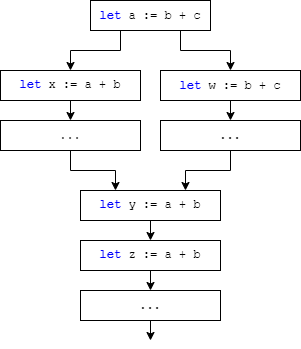
Earlier version of the draw.io export figures/annot_redund.drawio.png (Piloero/daimpl_paper). Source tidied: cells renumbered, new cells last; positions are measured from the earlier drawing's top-left corner, leaving out a move shared by most shapes. Source of this version:
```xml
<mxGraphModel>
  <root>
    <mxCell id="0" />
    <mxCell id="1" parent="0" />
    <mxCell id="2" style="edgeStyle=orthogonalEdgeStyle;rounded=0;jettySize=auto;html=1;exitX=0.5;exitY=1;exitDx=0;exitDy=0;entryX=0.25;entryY=0;entryDx=0;entryDy=0;" parent="1" edge="1" source="3" target="7">
      <mxGeometry relative="1" as="geometry" />
    </mxCell>
    <mxCell id="3" value="&lt;font face=&quot;Courier New&quot;&gt;&lt;b style=&quot;&quot;&gt;...&lt;/b&gt;&lt;/font&gt;" style="rounded=0;whiteSpace=wrap;html=1;" parent="1" vertex="1">
      <mxGeometry y="120" width="140" height="30" as="geometry" />
    </mxCell>
    <mxCell id="4" style="edgeStyle=orthogonalEdgeStyle;rounded=0;jettySize=auto;html=1;exitX=0.5;exitY=1;exitDx=0;exitDy=0;entryX=0.75;entryY=0;entryDx=0;entryDy=0;" parent="1" edge="1" source="5" target="7">
      <mxGeometry relative="1" as="geometry" />
    </mxCell>
    <mxCell id="5" value="&lt;font face=&quot;Courier New&quot;&gt;...&lt;/font&gt;" style="rounded=0;whiteSpace=wrap;html=1;align=center;" parent="1" vertex="1">
      <mxGeometry x="160" y="120" width="140" height="30" as="geometry" />
    </mxCell>
    <mxCell id="6" style="edgeStyle=orthogonalEdgeStyle;rounded=0;jettySize=auto;html=1;exitX=0.5;exitY=1;exitDx=0;exitDy=0;entryX=0.5;entryY=0;entryDx=0;entryDy=0;" parent="1" edge="1" source="7" target="15">
      <mxGeometry relative="1" as="geometry" />
    </mxCell>
    <mxCell id="7" value="&lt;b&gt;&lt;font color=&quot;#0000ff&quot;&gt;let&lt;/font&gt;&lt;/b&gt;&lt;font&gt;&amp;nbsp;y := a + b&lt;/font&gt;" style="rounded=0;whiteSpace=wrap;html=1;fontFamily=Courier New;" parent="1" vertex="1">
      <mxGeometry x="80" y="190" width="140" height="30" as="geometry" />
    </mxCell>
    <mxCell id="8" style="edgeStyle=none;html=1;exitX=0.5;exitY=1;exitDx=0;exitDy=0;" parent="1" edge="1" source="9">
      <mxGeometry relative="1" as="geometry">
        <mxPoint x="150" y="340" as="targetPoint" />
      </mxGeometry>
    </mxCell>
    <mxCell id="9" value="&lt;font face=&quot;Courier New&quot;&gt;...&lt;/font&gt;" style="rounded=0;whiteSpace=wrap;html=1;" parent="1" vertex="1">
      <mxGeometry x="80" y="290" width="140" height="30" as="geometry" />
    </mxCell>
    <mxCell id="10" style="edgeStyle=orthogonalEdgeStyle;rounded=0;jettySize=auto;html=1;exitX=0.5;exitY=1;exitDx=0;exitDy=0;entryX=0.5;entryY=0;entryDx=0;entryDy=0;" parent="1" edge="1" source="11" target="3">
      <mxGeometry relative="1" as="geometry" />
    </mxCell>
    <mxCell id="11" value="&lt;font&gt;&lt;b style=&quot;color: rgb(0, 0, 255);&quot;&gt;let &lt;/b&gt;x := a + b&lt;/font&gt;" style="rounded=0;whiteSpace=wrap;html=1;fontFamily=Courier New;" parent="1" vertex="1">
      <mxGeometry y="70" width="140" height="30" as="geometry" />
    </mxCell>
    <mxCell id="12" style="edgeStyle=orthogonalEdgeStyle;rounded=0;jettySize=auto;html=1;exitX=0.5;exitY=1;exitDx=0;exitDy=0;entryX=0.5;entryY=0;entryDx=0;entryDy=0;" parent="1" edge="1" source="13" target="5">
      <mxGeometry relative="1" as="geometry" />
    </mxCell>
    <mxCell id="13" value="&lt;font face=&quot;Courier New&quot;&gt;&lt;b&gt;&lt;font color=&quot;#0000ff&quot;&gt;let&lt;/font&gt;&lt;/b&gt;&amp;nbsp;w := b + c&lt;/font&gt;" style="rounded=0;whiteSpace=wrap;html=1;" parent="1" vertex="1">
      <mxGeometry x="160" y="70" width="140" height="30" as="geometry" />
    </mxCell>
    <mxCell id="14" style="edgeStyle=orthogonalEdgeStyle;rounded=0;jettySize=auto;html=1;exitX=0.5;exitY=1;exitDx=0;exitDy=0;entryX=0.5;entryY=0;entryDx=0;entryDy=0;" parent="1" edge="1" source="15" target="9">
      <mxGeometry relative="1" as="geometry" />
    </mxCell>
    <mxCell id="15" value="&lt;b&gt;&lt;font color=&quot;#0000ff&quot;&gt;let&lt;/font&gt;&lt;/b&gt;&lt;font&gt;&amp;nbsp;z := a + b&lt;br&gt;&lt;/font&gt;" style="rounded=0;whiteSpace=wrap;html=1;fontFamily=Courier New;" parent="1" vertex="1">
      <mxGeometry x="80" y="240" width="140" height="30" as="geometry" />
    </mxCell>
    <mxCell id="16" style="edgeStyle=orthogonalEdgeStyle;html=1;exitX=0.25;exitY=1;exitDx=0;exitDy=0;entryX=0.5;entryY=0;entryDx=0;entryDy=0;fontFamily=Courier New;fontColor=#000000;rounded=0;" parent="1" edge="1" source="18" target="11">
      <mxGeometry relative="1" as="geometry" />
    </mxCell>
    <mxCell id="17" style="edgeStyle=orthogonalEdgeStyle;rounded=0;html=1;exitX=0.75;exitY=1;exitDx=0;exitDy=0;entryX=0.5;entryY=0;entryDx=0;entryDy=0;fontFamily=Courier New;fontColor=#000000;" parent="1" edge="1" source="18" target="13">
      <mxGeometry relative="1" as="geometry" />
    </mxCell>
    <mxCell id="18" value="&lt;font face=&quot;Courier New&quot;&gt;&lt;b&gt;&lt;font color=&quot;#0000ff&quot;&gt;let&lt;/font&gt;&lt;/b&gt; a := b + c&lt;/font&gt;" style="rounded=0;whiteSpace=wrap;html=1;" parent="1" vertex="1">
      <mxGeometry x="90" width="120" height="30" as="geometry" />
    </mxCell>
  </root>
</mxGraphModel>
```
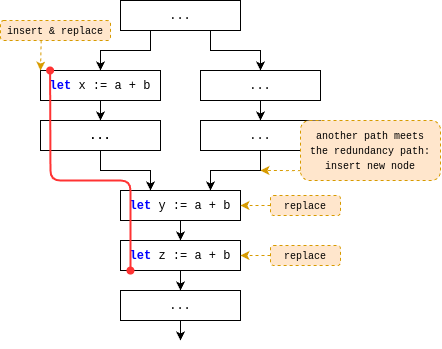
Later version of the same file.

The edit, as a diff of the source:
```diff
@@ -6,54 +6,100 @@
       <mxGeometry relative="1" as="geometry" />
     </mxCell>
     <mxCell id="3" value="&lt;font face=&quot;Courier New&quot;&gt;&lt;b style=&quot;&quot;&gt;...&lt;/b&gt;&lt;/font&gt;" style="rounded=0;whiteSpace=wrap;html=1;" parent="1" vertex="1">
-      <mxGeometry y="120" width="140" height="30" as="geometry" />
+      <mxGeometry y="120" width="120" height="30" as="geometry" />
     </mxCell>
     <mxCell id="4" style="edgeStyle=orthogonalEdgeStyle;rounded=0;jettySize=auto;html=1;exitX=0.5;exitY=1;exitDx=0;exitDy=0;entryX=0.75;entryY=0;entryDx=0;entryDy=0;" parent="1" edge="1" source="5" target="7">
       <mxGeometry relative="1" as="geometry" />
     </mxCell>
     <mxCell id="5" value="&lt;font face=&quot;Courier New&quot;&gt;...&lt;/font&gt;" style="rounded=0;whiteSpace=wrap;html=1;align=center;" parent="1" vertex="1">
-      <mxGeometry x="160" y="120" width="140" height="30" as="geometry" />
+      <mxGeometry x="160" y="120" width="120" height="30" as="geometry" />
     </mxCell>
     <mxCell id="6" style="edgeStyle=orthogonalEdgeStyle;rounded=0;jettySize=auto;html=1;exitX=0.5;exitY=1;exitDx=0;exitDy=0;entryX=0.5;entryY=0;entryDx=0;entryDy=0;" parent="1" edge="1" source="7" target="15">
       <mxGeometry relative="1" as="geometry" />
     </mxCell>
-    <mxCell id="7" value="&lt;b&gt;&lt;font color=&quot;#0000ff&quot;&gt;let&lt;/font&gt;&lt;/b&gt;&lt;font&gt;&amp;nbsp;y := a + b&lt;/font&gt;" style="rounded=0;whiteSpace=wrap;html=1;fontFamily=Courier New;" parent="1" vertex="1">
-      <mxGeometry x="80" y="190" width="140" height="30" as="geometry" />
+    <mxCell id="7" value="&lt;b&gt;&lt;font color=&quot;#0000ff&quot; face=&quot;Courier New&quot;&gt;let&lt;/font&gt;&lt;/b&gt;&lt;font face=&quot;Courier New&quot;&gt;&amp;nbsp;y := a + b&lt;/font&gt;" style="rounded=0;whiteSpace=wrap;html=1;" parent="1" vertex="1">
+      <mxGeometry x="80" y="190" width="120" height="30" as="geometry" />
     </mxCell>
+    <mxCell id="19" style="edgeStyle=none;rounded=1;html=1;strokeColor=#d79b00;strokeWidth=1;fontFamily=Courier New;fontSize=10;fontColor=#000000;startArrow=none;startFill=0;endArrow=classic;endFill=1;dashed=1;fillColor=#ffe6cc;" parent="1" edge="1" source="20" target="7">
+      <mxGeometry relative="1" as="geometry" />
+    </mxCell>
+    <mxCell id="20" value="&lt;font style=&quot;font-size: 10px;&quot; face=&quot;Courier New&quot;&gt;replace&lt;/font&gt;" style="rounded=1;whiteSpace=wrap;html=1;fillColor=#ffe6cc;strokeColor=#d79b00;fillStyle=auto;dashed=1;" parent="1" vertex="1">
+      <mxGeometry x="230" y="195" width="70" height="20" as="geometry" />
+    </mxCell>
     <mxCell id="8" style="edgeStyle=none;html=1;exitX=0.5;exitY=1;exitDx=0;exitDy=0;" parent="1" edge="1" source="9">
       <mxGeometry relative="1" as="geometry">
-        <mxPoint x="150" y="340" as="targetPoint" />
+        <mxPoint x="140" y="340" as="targetPoint" />
       </mxGeometry>
     </mxCell>
     <mxCell id="9" value="&lt;font face=&quot;Courier New&quot;&gt;...&lt;/font&gt;" style="rounded=0;whiteSpace=wrap;html=1;" parent="1" vertex="1">
-      <mxGeometry x="80" y="290" width="140" height="30" as="geometry" />
+      <mxGeometry x="80" y="290" width="120" height="30" as="geometry" />
     </mxCell>
     <mxCell id="10" style="edgeStyle=orthogonalEdgeStyle;rounded=0;jettySize=auto;html=1;exitX=0.5;exitY=1;exitDx=0;exitDy=0;entryX=0.5;entryY=0;entryDx=0;entryDy=0;" parent="1" edge="1" source="11" target="3">
       <mxGeometry relative="1" as="geometry" />
     </mxCell>
-    <mxCell id="11" value="&lt;font&gt;&lt;b style=&quot;color: rgb(0, 0, 255);&quot;&gt;let &lt;/b&gt;x := a + b&lt;/font&gt;" style="rounded=0;whiteSpace=wrap;html=1;fontFamily=Courier New;" parent="1" vertex="1">
-      <mxGeometry y="70" width="140" height="30" as="geometry" />
+    <mxCell id="11" value="&lt;font face=&quot;Courier New&quot;&gt;&lt;b style=&quot;color: rgb(0, 0, 255);&quot;&gt;let &lt;/b&gt;x := a + b&lt;/font&gt;" style="rounded=0;whiteSpace=wrap;html=1;" parent="1" vertex="1">
+      <mxGeometry y="70" width="120" height="30" as="geometry" />
     </mxCell>
     <mxCell id="12" style="edgeStyle=orthogonalEdgeStyle;rounded=0;jettySize=auto;html=1;exitX=0.5;exitY=1;exitDx=0;exitDy=0;entryX=0.5;entryY=0;entryDx=0;entryDy=0;" parent="1" edge="1" source="13" target="5">
       <mxGeometry relative="1" as="geometry" />
     </mxCell>
-    <mxCell id="13" value="&lt;font face=&quot;Courier New&quot;&gt;&lt;b&gt;&lt;font color=&quot;#0000ff&quot;&gt;let&lt;/font&gt;&lt;/b&gt;&amp;nbsp;w := b + c&lt;/font&gt;" style="rounded=0;whiteSpace=wrap;html=1;" parent="1" vertex="1">
-      <mxGeometry x="160" y="70" width="140" height="30" as="geometry" />
+    <mxCell id="13" value="&lt;font face=&quot;Courier New&quot;&gt;...&lt;/font&gt;" style="rounded=0;whiteSpace=wrap;html=1;" parent="1" vertex="1">
+      <mxGeometry x="160" y="70" width="120" height="30" as="geometry" />
     </mxCell>
     <mxCell id="14" style="edgeStyle=orthogonalEdgeStyle;rounded=0;jettySize=auto;html=1;exitX=0.5;exitY=1;exitDx=0;exitDy=0;entryX=0.5;entryY=0;entryDx=0;entryDy=0;" parent="1" edge="1" source="15" target="9">
       <mxGeometry relative="1" as="geometry" />
     </mxCell>
-    <mxCell id="15" value="&lt;b&gt;&lt;font color=&quot;#0000ff&quot;&gt;let&lt;/font&gt;&lt;/b&gt;&lt;font&gt;&amp;nbsp;z := a + b&lt;br&gt;&lt;/font&gt;" style="rounded=0;whiteSpace=wrap;html=1;fontFamily=Courier New;" parent="1" vertex="1">
-      <mxGeometry x="80" y="240" width="140" height="30" as="geometry" />
+    <mxCell id="15" value="&lt;b&gt;&lt;font color=&quot;#0000ff&quot; face=&quot;Courier New&quot;&gt;let&lt;/font&gt;&lt;/b&gt;&lt;font face=&quot;Courier New&quot;&gt;&amp;nbsp;z := a + b&lt;br&gt;&lt;/font&gt;" style="rounded=0;whiteSpace=wrap;html=1;" parent="1" vertex="1">
+      <mxGeometry x="80" y="240" width="120" height="30" as="geometry" />
     </mxCell>
-    <mxCell id="16" style="edgeStyle=orthogonalEdgeStyle;html=1;exitX=0.25;exitY=1;exitDx=0;exitDy=0;entryX=0.5;entryY=0;entryDx=0;entryDy=0;fontFamily=Courier New;fontColor=#000000;rounded=0;" parent="1" edge="1" source="18" target="11">
-      <mxGeometry relative="1" as="geometry" />
+    <mxCell id="16" style="edgeStyle=none;html=1;exitX=0.25;exitY=1;exitDx=0;exitDy=0;entryX=0.5;entryY=0;entryDx=0;entryDy=0;fontFamily=Courier New;fontColor=#000000;rounded=0;" parent="1" edge="1" source="18" target="11">
+      <mxGeometry relative="1" as="geometry">
+        <Array as="points">
+          <mxPoint x="110" y="50" />
+          <mxPoint x="60" y="50" />
+        </Array>
+      </mxGeometry>
     </mxCell>
-    <mxCell id="17" style="edgeStyle=orthogonalEdgeStyle;rounded=0;html=1;exitX=0.75;exitY=1;exitDx=0;exitDy=0;entryX=0.5;entryY=0;entryDx=0;entryDy=0;fontFamily=Courier New;fontColor=#000000;" parent="1" edge="1" source="18" target="13">
-      <mxGeometry relative="1" as="geometry" />
+    <mxCell id="17" style="edgeStyle=none;rounded=0;html=1;exitX=0.75;exitY=1;exitDx=0;exitDy=0;entryX=0.5;entryY=0;entryDx=0;entryDy=0;fontFamily=Courier New;fontColor=#000000;" parent="1" edge="1" source="18" target="13">
+      <mxGeometry relative="1" as="geometry">
+        <Array as="points">
+          <mxPoint x="170" y="50" />
+          <mxPoint x="220" y="50" />
+        </Array>
+      </mxGeometry>
     </mxCell>
-    <mxCell id="18" value="&lt;font face=&quot;Courier New&quot;&gt;&lt;b&gt;&lt;font color=&quot;#0000ff&quot;&gt;let&lt;/font&gt;&lt;/b&gt; a := b + c&lt;/font&gt;" style="rounded=0;whiteSpace=wrap;html=1;" parent="1" vertex="1">
-      <mxGeometry x="90" width="120" height="30" as="geometry" />
+    <mxCell id="18" value="&lt;font face=&quot;Courier New&quot;&gt;...&lt;/font&gt;" style="rounded=0;whiteSpace=wrap;html=1;" parent="1" vertex="1">
+      <mxGeometry x="80" width="120" height="30" as="geometry" />
     </mxCell>
+    <mxCell id="21" style="edgeStyle=none;rounded=1;html=1;fontFamily=Courier New;fontColor=#000000;fillColor=#f8cecc;strokeColor=#FF3333;strokeWidth=2;exitX=0.08;exitY=0;exitDx=0;exitDy=0;exitPerimeter=0;endArrow=oval;endFill=1;entryX=0.083;entryY=1.002;entryDx=0;entryDy=0;entryPerimeter=0;startArrow=oval;startFill=1;" parent="1" edge="1" source="11" target="15">
+      <mxGeometry relative="1" as="geometry">
+        <Array as="points">
+          <mxPoint x="10" y="180" />
+          <mxPoint x="90" y="180" />
+          <mxPoint x="90" y="210" />
+          <mxPoint x="90" y="230" />
+        </Array>
+      </mxGeometry>
+    </mxCell>
+    <mxCell id="22" style="edgeStyle=none;rounded=1;html=1;dashed=1;strokeColor=#d79b00;strokeWidth=1;fontFamily=Courier New;fontSize=10;fontColor=#000000;startArrow=none;startFill=0;endArrow=classic;endFill=1;fillColor=#ffe6cc;" parent="1" edge="1" source="23" target="15">
+      <mxGeometry relative="1" as="geometry" />
+    </mxCell>
+    <mxCell id="23" value="&lt;font style=&quot;font-size: 10px;&quot; face=&quot;Courier New&quot;&gt;replace&lt;/font&gt;" style="rounded=1;whiteSpace=wrap;html=1;fillColor=#ffe6cc;strokeColor=#d79b00;fillStyle=auto;dashed=1;" parent="1" vertex="1">
+      <mxGeometry x="230" y="245" width="70" height="20" as="geometry" />
+    </mxCell>
+    <mxCell id="24" style="edgeStyle=none;rounded=0;html=1;exitX=0.003;exitY=0.835;exitDx=0;exitDy=0;dashed=1;exitPerimeter=0;fillColor=#ffe6cc;strokeColor=#d79b00;" parent="1" edge="1" source="25">
+      <mxGeometry relative="1" as="geometry">
+        <mxPoint x="220" y="170" as="targetPoint" />
+      </mxGeometry>
+    </mxCell>
+    <mxCell id="25" value="&lt;font style=&quot;font-size: 10px;&quot; face=&quot;Courier New&quot;&gt;another path meets&lt;br&gt;the redundancy path:&lt;br&gt;insert new node&lt;/font&gt;" style="rounded=1;whiteSpace=wrap;html=1;fillColor=#ffe6cc;strokeColor=#d79b00;fillStyle=auto;dashed=1;" parent="1" vertex="1">
+      <mxGeometry x="260" y="120" width="140" height="60" as="geometry" />
+    </mxCell>
+    <mxCell id="26" style="edgeStyle=none;rounded=1;html=1;dashed=1;strokeColor=#d79b00;strokeWidth=1;fontFamily=Courier New;fontSize=10;fontColor=#000000;startArrow=none;startFill=0;endArrow=classic;endFill=1;entryX=0;entryY=0;entryDx=0;entryDy=0;exitX=0.37;exitY=0.995;exitDx=0;exitDy=0;exitPerimeter=0;fillColor=#ffe6cc;" parent="1" edge="1" source="27" target="11">
+      <mxGeometry relative="1" as="geometry" />
+    </mxCell>
+    <mxCell id="27" value="&lt;font style=&quot;font-size: 10px;&quot; face=&quot;Courier New&quot;&gt;insert &amp;amp; replace&lt;/font&gt;" style="rounded=1;whiteSpace=wrap;html=1;fillColor=#ffe6cc;strokeColor=#d79b00;fillStyle=auto;dashed=1;" parent="1" vertex="1">
+      <mxGeometry x="-40" y="20" width="110" height="20" as="geometry" />
+    </mxCell>
   </root>
 </mxGraphModel>
```
